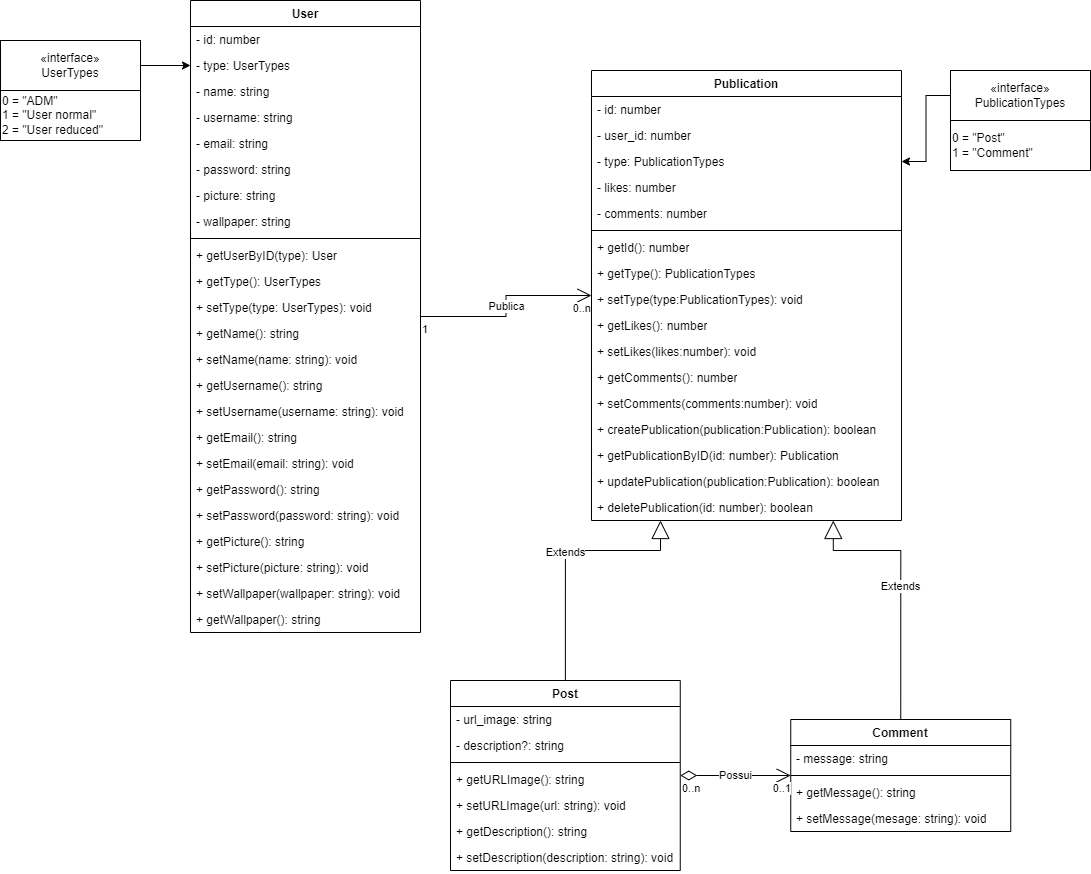
Before: docs/Diagrama de classes/Stimulus.png, a diagram exported from draw.io (CleitonJB/PW-Stimulus). Source tidied: cells renumbered, new cells last; positions are measured from the earlier drawing's top-left corner, leaving out a move shared by most shapes. Its diagram source:
```xml
<mxGraphModel>
  <root>
    <mxCell id="0" />
    <mxCell id="1" parent="0" />
    <mxCell id="2" value="User" style="swimlane;fontStyle=1;align=center;verticalAlign=top;horizontal=1;startSize=26;whiteSpace=wrap;html=1;" parent="1" vertex="1">
      <mxGeometry x="190" width="230" height="632" as="geometry" />
    </mxCell>
    <mxCell id="3" value="- id: number" style="text;strokeColor=none;fillColor=none;align=left;verticalAlign=top;spacingLeft=4;spacingRight=4;overflow=hidden;whiteSpace=wrap;html=1;" parent="2" vertex="1">
      <mxGeometry y="26" width="230" height="26" as="geometry" />
    </mxCell>
    <mxCell id="4" value="- type:&amp;nbsp;UserTypes" style="text;strokeColor=none;fillColor=none;align=left;verticalAlign=top;spacingLeft=4;spacingRight=4;overflow=hidden;points=[[0,0.5],[1,0.5]];portConstraint=eastwest;whiteSpace=wrap;html=1;" parent="2" vertex="1">
      <mxGeometry y="52" width="230" height="26" as="geometry" />
    </mxCell>
    <mxCell id="5" value="- name: string" style="text;strokeColor=none;fillColor=none;align=left;verticalAlign=top;spacingLeft=4;spacingRight=4;overflow=hidden;whiteSpace=wrap;html=1;" parent="2" vertex="1">
      <mxGeometry y="78" width="230" height="26" as="geometry" />
    </mxCell>
    <mxCell id="6" value="- username: string" style="text;strokeColor=none;fillColor=none;align=left;verticalAlign=top;spacingLeft=4;spacingRight=4;overflow=hidden;whiteSpace=wrap;html=1;" parent="2" vertex="1">
      <mxGeometry y="104" width="230" height="26" as="geometry" />
    </mxCell>
    <mxCell id="7" value="- email: string" style="text;strokeColor=none;fillColor=none;align=left;verticalAlign=top;spacingLeft=4;spacingRight=4;overflow=hidden;whiteSpace=wrap;html=1;" parent="2" vertex="1">
      <mxGeometry y="130" width="230" height="26" as="geometry" />
    </mxCell>
    <mxCell id="8" value="- password: string" style="text;strokeColor=none;fillColor=none;align=left;verticalAlign=top;spacingLeft=4;spacingRight=4;overflow=hidden;whiteSpace=wrap;html=1;" parent="2" vertex="1">
      <mxGeometry y="156" width="230" height="26" as="geometry" />
    </mxCell>
    <mxCell id="9" value="- picture: string" style="text;strokeColor=none;fillColor=none;align=left;verticalAlign=top;spacingLeft=4;spacingRight=4;overflow=hidden;whiteSpace=wrap;html=1;" parent="2" vertex="1">
      <mxGeometry y="182" width="230" height="26" as="geometry" />
    </mxCell>
    <mxCell id="10" value="- wallpaper: string" style="text;strokeColor=none;fillColor=none;align=left;verticalAlign=top;spacingLeft=4;spacingRight=4;overflow=hidden;whiteSpace=wrap;html=1;" parent="2" vertex="1">
      <mxGeometry y="208" width="230" height="26" as="geometry" />
    </mxCell>
    <mxCell id="11" style="line;strokeWidth=1;fillColor=none;align=left;verticalAlign=middle;spacingTop=-1;spacingLeft=3;spacingRight=3;labelPosition=right;strokeColor=inherit;" parent="2" vertex="1">
      <mxGeometry y="234" width="230" height="8" as="geometry" />
    </mxCell>
    <mxCell id="12" value="+ getUserByID(type): User" style="text;strokeColor=none;fillColor=none;align=left;verticalAlign=top;spacingLeft=4;spacingRight=4;overflow=hidden;whiteSpace=wrap;html=1;" parent="2" vertex="1">
      <mxGeometry y="242" width="230" height="26" as="geometry" />
    </mxCell>
    <mxCell id="13" value="+ getType(): UserTypes" style="text;strokeColor=none;fillColor=none;align=left;verticalAlign=top;spacingLeft=4;spacingRight=4;overflow=hidden;whiteSpace=wrap;html=1;" parent="2" vertex="1">
      <mxGeometry y="268" width="230" height="26" as="geometry" />
    </mxCell>
    <mxCell id="14" value="+ setType(type: UserTypes): void" style="text;strokeColor=none;fillColor=none;align=left;verticalAlign=top;spacingLeft=4;spacingRight=4;overflow=hidden;whiteSpace=wrap;html=1;" parent="2" vertex="1">
      <mxGeometry y="294" width="230" height="26" as="geometry" />
    </mxCell>
    <mxCell id="15" value="+ getName(): string" style="text;strokeColor=none;fillColor=none;align=left;verticalAlign=top;spacingLeft=4;spacingRight=4;overflow=hidden;whiteSpace=wrap;html=1;" parent="2" vertex="1">
      <mxGeometry y="320" width="230" height="26" as="geometry" />
    </mxCell>
    <mxCell id="16" value="+ setName(name: string): void" style="text;strokeColor=none;fillColor=none;align=left;verticalAlign=top;spacingLeft=4;spacingRight=4;overflow=hidden;whiteSpace=wrap;html=1;" parent="2" vertex="1">
      <mxGeometry y="346" width="230" height="26" as="geometry" />
    </mxCell>
    <mxCell id="17" value="+ getUsername(): string" style="text;strokeColor=none;fillColor=none;align=left;verticalAlign=top;spacingLeft=4;spacingRight=4;overflow=hidden;whiteSpace=wrap;html=1;" parent="2" vertex="1">
      <mxGeometry y="372" width="230" height="26" as="geometry" />
    </mxCell>
    <mxCell id="18" value="+ setUsername(username: string): void" style="text;strokeColor=none;fillColor=none;align=left;verticalAlign=top;spacingLeft=4;spacingRight=4;overflow=hidden;whiteSpace=wrap;html=1;" parent="2" vertex="1">
      <mxGeometry y="398" width="230" height="26" as="geometry" />
    </mxCell>
    <mxCell id="19" value="+ getEmail(): string" style="text;strokeColor=none;fillColor=none;align=left;verticalAlign=top;spacingLeft=4;spacingRight=4;overflow=hidden;whiteSpace=wrap;html=1;" parent="2" vertex="1">
      <mxGeometry y="424" width="230" height="26" as="geometry" />
    </mxCell>
    <mxCell id="20" value="+ setEmail(email: string): void" style="text;strokeColor=none;fillColor=none;align=left;verticalAlign=top;spacingLeft=4;spacingRight=4;overflow=hidden;whiteSpace=wrap;html=1;" parent="2" vertex="1">
      <mxGeometry y="450" width="230" height="26" as="geometry" />
    </mxCell>
    <mxCell id="21" value="+ getPassword(): string" style="text;strokeColor=none;fillColor=none;align=left;verticalAlign=top;spacingLeft=4;spacingRight=4;overflow=hidden;whiteSpace=wrap;html=1;" parent="2" vertex="1">
      <mxGeometry y="476" width="230" height="26" as="geometry" />
    </mxCell>
    <mxCell id="22" value="+ setPassword(password: string): void" style="text;strokeColor=none;fillColor=none;align=left;verticalAlign=top;spacingLeft=4;spacingRight=4;overflow=hidden;whiteSpace=wrap;html=1;" parent="2" vertex="1">
      <mxGeometry y="502" width="230" height="26" as="geometry" />
    </mxCell>
    <mxCell id="23" value="+ getPicture(): string" style="text;strokeColor=none;fillColor=none;align=left;verticalAlign=top;spacingLeft=4;spacingRight=4;overflow=hidden;whiteSpace=wrap;html=1;" parent="2" vertex="1">
      <mxGeometry y="528" width="230" height="26" as="geometry" />
    </mxCell>
    <mxCell id="24" value="+ setPicture(picture: string): void" style="text;strokeColor=none;fillColor=none;align=left;verticalAlign=top;spacingLeft=4;spacingRight=4;overflow=hidden;whiteSpace=wrap;html=1;" parent="2" vertex="1">
      <mxGeometry y="554" width="230" height="26" as="geometry" />
    </mxCell>
    <mxCell id="25" value="+ setWallpaper(wallpaper: string): void" style="text;strokeColor=none;fillColor=none;align=left;verticalAlign=top;spacingLeft=4;spacingRight=4;overflow=hidden;whiteSpace=wrap;html=1;" parent="2" vertex="1">
      <mxGeometry y="580" width="230" height="26" as="geometry" />
    </mxCell>
    <mxCell id="26" value="+ getWallpaper(): string" style="text;strokeColor=none;fillColor=none;align=left;verticalAlign=top;spacingLeft=4;spacingRight=4;overflow=hidden;whiteSpace=wrap;html=1;" parent="2" vertex="1">
      <mxGeometry y="606" width="230" height="26" as="geometry" />
    </mxCell>
    <mxCell id="27" value="Post" style="swimlane;fontStyle=1;align=center;verticalAlign=top;horizontal=1;startSize=26;whiteSpace=wrap;html=1;" parent="1" vertex="1">
      <mxGeometry x="450" y="680" width="229.8" height="190" as="geometry" />
    </mxCell>
    <mxCell id="28" value="- url_image: string" style="text;strokeColor=none;fillColor=none;align=left;verticalAlign=top;spacingLeft=4;spacingRight=4;overflow=hidden;whiteSpace=wrap;html=1;" parent="27" vertex="1">
      <mxGeometry y="26" width="229.8" height="26" as="geometry" />
    </mxCell>
    <mxCell id="29" value="- description?: string" style="text;strokeColor=none;fillColor=none;align=left;verticalAlign=top;spacingLeft=4;spacingRight=4;overflow=hidden;whiteSpace=wrap;html=1;" parent="27" vertex="1">
      <mxGeometry y="52" width="229.8" height="26" as="geometry" />
    </mxCell>
    <mxCell id="30" style="line;strokeWidth=1;fillColor=none;align=left;verticalAlign=middle;spacingTop=-1;spacingLeft=3;spacingRight=3;labelPosition=right;strokeColor=inherit;" parent="27" vertex="1">
      <mxGeometry y="78" width="229.8" height="8" as="geometry" />
    </mxCell>
    <mxCell id="31" value="+ getURLImage(): string" style="text;strokeColor=none;fillColor=none;align=left;verticalAlign=top;spacingLeft=4;spacingRight=4;overflow=hidden;whiteSpace=wrap;html=1;" parent="27" vertex="1">
      <mxGeometry y="86" width="229.8" height="26" as="geometry" />
    </mxCell>
    <mxCell id="32" value="+ setURLImage(url: string): void" style="text;strokeColor=none;fillColor=none;align=left;verticalAlign=top;spacingLeft=4;spacingRight=4;overflow=hidden;whiteSpace=wrap;html=1;" parent="27" vertex="1">
      <mxGeometry y="112" width="229.8" height="26" as="geometry" />
    </mxCell>
    <mxCell id="33" value="+ getDescription(): string" style="text;strokeColor=none;fillColor=none;align=left;verticalAlign=top;spacingLeft=4;spacingRight=4;overflow=hidden;whiteSpace=wrap;html=1;" parent="27" vertex="1">
      <mxGeometry y="138" width="229.8" height="26" as="geometry" />
    </mxCell>
    <mxCell id="34" value="+ setDescription(description: string): void" style="text;strokeColor=none;fillColor=none;align=left;verticalAlign=top;spacingLeft=4;spacingRight=4;overflow=hidden;whiteSpace=wrap;html=1;" parent="27" vertex="1">
      <mxGeometry y="164" width="229.8" height="26" as="geometry" />
    </mxCell>
    <mxCell id="35" value="Comment" style="swimlane;fontStyle=1;align=center;verticalAlign=top;horizontal=1;startSize=26;whiteSpace=wrap;html=1;" parent="1" vertex="1">
      <mxGeometry x="790.2" y="719" width="220" height="112" as="geometry" />
    </mxCell>
    <mxCell id="36" value="- message: string" style="text;strokeColor=none;fillColor=none;align=left;verticalAlign=top;spacingLeft=4;spacingRight=4;overflow=hidden;whiteSpace=wrap;html=1;" parent="35" vertex="1">
      <mxGeometry y="26" width="220" height="26" as="geometry" />
    </mxCell>
    <mxCell id="37" style="line;strokeWidth=1;fillColor=none;align=left;verticalAlign=middle;spacingTop=-1;spacingLeft=3;spacingRight=3;labelPosition=right;strokeColor=inherit;" parent="35" vertex="1">
      <mxGeometry y="52" width="220" height="8" as="geometry" />
    </mxCell>
    <mxCell id="38" value="+ getMessage(): string" style="text;strokeColor=none;fillColor=none;align=left;verticalAlign=top;spacingLeft=4;spacingRight=4;overflow=hidden;whiteSpace=wrap;html=1;" parent="35" vertex="1">
      <mxGeometry y="60" width="220" height="26" as="geometry" />
    </mxCell>
    <mxCell id="39" value="+ setMessage(mesage: string): void" style="text;strokeColor=none;fillColor=none;align=left;verticalAlign=top;spacingLeft=4;spacingRight=4;overflow=hidden;whiteSpace=wrap;html=1;" parent="35" vertex="1">
      <mxGeometry y="86" width="220" height="26" as="geometry" />
    </mxCell>
    <mxCell id="40" value="&lt;div&gt;&lt;span style=&quot;background-color: initial;&quot;&gt;Publication&lt;/span&gt;&lt;br&gt;&lt;/div&gt;" style="swimlane;fontStyle=1;align=center;verticalAlign=top;horizontal=1;startSize=26;whiteSpace=wrap;html=1;" parent="1" vertex="1">
      <mxGeometry x="591" y="70" width="310" height="450" as="geometry" />
    </mxCell>
    <mxCell id="41" value="- id: number" style="text;strokeColor=none;fillColor=none;align=left;verticalAlign=top;spacingLeft=4;spacingRight=4;overflow=hidden;whiteSpace=wrap;html=1;" parent="40" vertex="1">
      <mxGeometry y="26" width="310" height="26" as="geometry" />
    </mxCell>
    <mxCell id="42" value="- user_id: number" style="text;strokeColor=none;fillColor=none;align=left;verticalAlign=top;spacingLeft=4;spacingRight=4;overflow=hidden;whiteSpace=wrap;html=1;" parent="40" vertex="1">
      <mxGeometry y="52" width="310" height="26" as="geometry" />
    </mxCell>
    <mxCell id="43" value="- type: PublicationTypes" style="text;strokeColor=none;fillColor=none;align=left;verticalAlign=top;spacingLeft=4;spacingRight=4;overflow=hidden;points=[[0,0.5],[1,0.5]];portConstraint=eastwest;whiteSpace=wrap;html=1;" parent="40" vertex="1">
      <mxGeometry y="78" width="310" height="26" as="geometry" />
    </mxCell>
    <mxCell id="44" value="- likes: number" style="text;strokeColor=none;fillColor=none;align=left;verticalAlign=top;spacingLeft=4;spacingRight=4;overflow=hidden;whiteSpace=wrap;html=1;" parent="40" vertex="1">
      <mxGeometry y="104" width="310" height="26" as="geometry" />
    </mxCell>
    <mxCell id="45" value="- comments: number" style="text;strokeColor=none;fillColor=none;align=left;verticalAlign=top;spacingLeft=4;spacingRight=4;overflow=hidden;whiteSpace=wrap;html=1;" parent="40" vertex="1">
      <mxGeometry y="130" width="310" height="26" as="geometry" />
    </mxCell>
    <mxCell id="46" style="line;strokeWidth=1;fillColor=none;align=left;verticalAlign=middle;spacingTop=-1;spacingLeft=3;spacingRight=3;labelPosition=right;strokeColor=inherit;" parent="40" vertex="1">
      <mxGeometry y="156" width="310" height="8" as="geometry" />
    </mxCell>
    <mxCell id="47" value="+ getId(): number" style="text;strokeColor=none;fillColor=none;align=left;verticalAlign=top;spacingLeft=4;spacingRight=4;overflow=hidden;whiteSpace=wrap;html=1;" parent="40" vertex="1">
      <mxGeometry y="164" width="310" height="26" as="geometry" />
    </mxCell>
    <mxCell id="48" value="+ getType(): PublicationTypes" style="text;strokeColor=none;fillColor=none;align=left;verticalAlign=top;spacingLeft=4;spacingRight=4;overflow=hidden;whiteSpace=wrap;html=1;" parent="40" vertex="1">
      <mxGeometry y="190" width="310" height="26" as="geometry" />
    </mxCell>
    <mxCell id="49" value="+ setType(type:PublicationTypes): void" style="text;strokeColor=none;fillColor=none;align=left;verticalAlign=top;spacingLeft=4;spacingRight=4;overflow=hidden;whiteSpace=wrap;html=1;" parent="40" vertex="1">
      <mxGeometry y="216" width="310" height="26" as="geometry" />
    </mxCell>
    <mxCell id="50" value="+ getLikes(): number" style="text;strokeColor=none;fillColor=none;align=left;verticalAlign=top;spacingLeft=4;spacingRight=4;overflow=hidden;whiteSpace=wrap;html=1;" parent="40" vertex="1">
      <mxGeometry y="242" width="310" height="26" as="geometry" />
    </mxCell>
    <mxCell id="51" value="+ setLikes(likes:number): void" style="text;strokeColor=none;fillColor=none;align=left;verticalAlign=top;spacingLeft=4;spacingRight=4;overflow=hidden;whiteSpace=wrap;html=1;" parent="40" vertex="1">
      <mxGeometry y="268" width="310" height="26" as="geometry" />
    </mxCell>
    <mxCell id="52" value="+ getComments(): number" style="text;strokeColor=none;fillColor=none;align=left;verticalAlign=top;spacingLeft=4;spacingRight=4;overflow=hidden;whiteSpace=wrap;html=1;" parent="40" vertex="1">
      <mxGeometry y="294" width="310" height="26" as="geometry" />
    </mxCell>
    <mxCell id="53" value="+ setComments(comments:number): void" style="text;strokeColor=none;fillColor=none;align=left;verticalAlign=top;spacingLeft=4;spacingRight=4;overflow=hidden;whiteSpace=wrap;html=1;" parent="40" vertex="1">
      <mxGeometry y="320" width="310" height="26" as="geometry" />
    </mxCell>
    <mxCell id="54" value="+ createPublication(publication:Publication): boolean" style="text;strokeColor=none;fillColor=none;align=left;verticalAlign=top;spacingLeft=4;spacingRight=4;overflow=hidden;whiteSpace=wrap;html=1;" parent="40" vertex="1">
      <mxGeometry y="346" width="310" height="26" as="geometry" />
    </mxCell>
    <mxCell id="55" value="+ getPublicationByID(id: number): Publication" style="text;strokeColor=none;fillColor=none;align=left;verticalAlign=top;spacingLeft=4;spacingRight=4;overflow=hidden;whiteSpace=wrap;html=1;" parent="40" vertex="1">
      <mxGeometry y="372" width="310" height="26" as="geometry" />
    </mxCell>
    <mxCell id="56" value="+ updatePublication(publication:Publication): boolean" style="text;strokeColor=none;fillColor=none;align=left;verticalAlign=top;spacingLeft=4;spacingRight=4;overflow=hidden;whiteSpace=wrap;html=1;" parent="40" vertex="1">
      <mxGeometry y="398" width="310" height="26" as="geometry" />
    </mxCell>
    <mxCell id="57" value="+ deletePublication(id: number): boolean" style="text;strokeColor=none;fillColor=none;align=left;verticalAlign=top;spacingLeft=4;spacingRight=4;overflow=hidden;points=[[0,0.5],[1,0.5]];portConstraint=eastwest;whiteSpace=wrap;html=1;" parent="40" vertex="1">
      <mxGeometry y="424" width="310" height="26" as="geometry" />
    </mxCell>
    <mxCell id="58" value="Publica" style="endArrow=open;html=1;endSize=12;startArrow=none;startSize=14;startFill=0;edgeStyle=orthogonalEdgeStyle;rounded=0;endFill=0;" parent="1" edge="1" source="2" target="40">
      <mxGeometry relative="1" as="geometry" />
    </mxCell>
    <mxCell id="59" value="1" style="edgeLabel;html=1;align=left;verticalAlign=top;" parent="58" vertex="1">
      <mxGeometry x="-1" relative="1" as="geometry" />
    </mxCell>
    <mxCell id="60" value="0..n" style="edgeLabel;html=1;align=right;verticalAlign=top;" parent="58" vertex="1">
      <mxGeometry x="1" relative="1" as="geometry" />
    </mxCell>
    <mxCell id="61" value="Possui" style="endArrow=open;html=1;endSize=12;startArrow=diamondThin;startSize=14;startFill=0;edgeStyle=orthogonalEdgeStyle;rounded=0;" parent="1" edge="1" source="27" target="35">
      <mxGeometry relative="1" as="geometry" />
    </mxCell>
    <mxCell id="62" value="0..n" style="edgeLabel;html=1;align=left;verticalAlign=top;" parent="61" vertex="1">
      <mxGeometry x="-1" relative="1" as="geometry" />
    </mxCell>
    <mxCell id="63" value="0..1" style="edgeLabel;html=1;align=right;verticalAlign=top;" parent="61" vertex="1">
      <mxGeometry x="1" relative="1" as="geometry" />
    </mxCell>
    <mxCell id="64" style="edgeStyle=orthogonalEdgeStyle;rounded=0;jettySize=auto;html=1;" parent="1" edge="1" source="66" target="4">
      <mxGeometry relative="1" as="geometry" />
    </mxCell>
    <mxCell id="65" style="group;" parent="1" vertex="1">
      <mxGeometry y="40" width="140" height="100" as="geometry" />
    </mxCell>
    <mxCell id="66" value="«interface»&lt;br&gt;UserTypes" style="html=1;whiteSpace=wrap;" parent="65" vertex="1">
      <mxGeometry width="140" height="50" as="geometry" />
    </mxCell>
    <mxCell id="67" value="0 = &quot;ADM&quot;&lt;br&gt;1 = &quot;User normal&quot;&lt;br&gt;2 = &quot;User reduced&quot;" style="html=1;whiteSpace=wrap;align=left;" parent="65" vertex="1">
      <mxGeometry y="50" width="140" height="50" as="geometry" />
    </mxCell>
    <mxCell id="68" value="Extends" style="endArrow=block;endSize=16;endFill=0;html=1;rounded=0;exitX=0.5;exitY=0;exitDx=0;exitDy=0;edgeStyle=orthogonalEdgeStyle;" parent="1" edge="1" source="27" target="57">
      <mxGeometry relative="1" as="geometry">
        <Array as="points">
          <mxPoint x="565" y="550" />
          <mxPoint x="660" y="550" />
        </Array>
      </mxGeometry>
    </mxCell>
    <mxCell id="69" value="Extends" style="endArrow=block;endSize=16;endFill=0;html=1;rounded=0;exitX=0.5;exitY=0;exitDx=0;exitDy=0;edgeStyle=orthogonalEdgeStyle;entryX=0.78;entryY=1;entryDx=0;entryDy=0;entryPerimeter=0;" parent="1" edge="1" source="35" target="57">
      <mxGeometry relative="1" as="geometry">
        <Array as="points">
          <mxPoint x="900" y="550" />
          <mxPoint x="832" y="550" />
        </Array>
      </mxGeometry>
    </mxCell>
    <mxCell id="70" style="group;" parent="1" vertex="1">
      <mxGeometry x="950" y="70" width="140" height="100" as="geometry" />
    </mxCell>
    <mxCell id="71" value="«interface»&lt;br&gt;PublicationTypes" style="html=1;whiteSpace=wrap;" parent="70" vertex="1">
      <mxGeometry width="140" height="50" as="geometry" />
    </mxCell>
    <mxCell id="72" value="0 = &quot;Post&quot;&lt;br&gt;1 = &quot;Comment&quot;" style="html=1;whiteSpace=wrap;align=left;" parent="70" vertex="1">
      <mxGeometry y="50" width="140" height="50" as="geometry" />
    </mxCell>
    <mxCell id="73" style="edgeStyle=orthogonalEdgeStyle;rounded=0;jettySize=auto;html=1;exitX=0;exitY=0.5;exitDx=0;exitDy=0;" parent="1" edge="1" source="71" target="43">
      <mxGeometry relative="1" as="geometry" />
    </mxCell>
  </root>
</mxGraphModel>
```
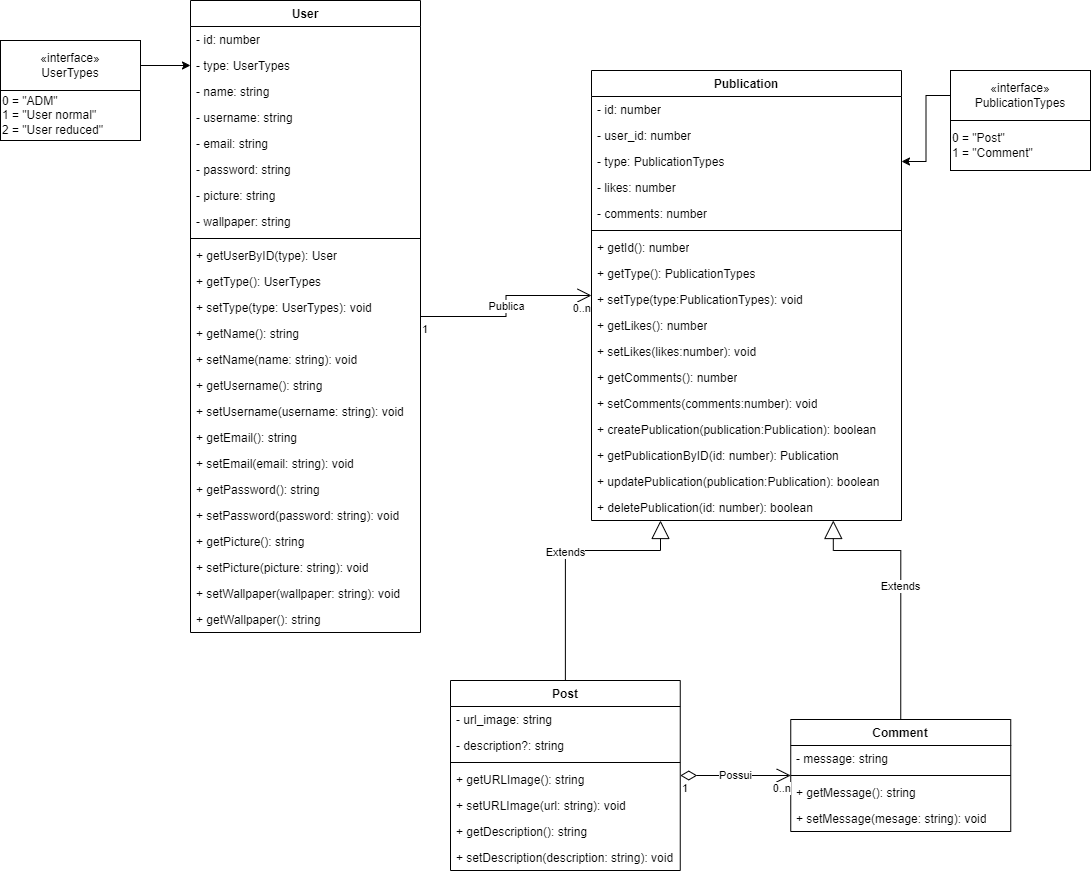
The same diagram one commit later.

Commit message:
Update 'Diagrama de classes'

The edit, as a diff of the source:
```diff
@@ -182,10 +182,10 @@
     <mxCell id="61" value="Possui" style="endArrow=open;html=1;endSize=12;startArrow=diamondThin;startSize=14;startFill=0;edgeStyle=orthogonalEdgeStyle;rounded=0;" parent="1" edge="1" source="27" target="35">
       <mxGeometry relative="1" as="geometry" />
     </mxCell>
-    <mxCell id="62" value="0..n" style="edgeLabel;html=1;align=left;verticalAlign=top;" parent="61" vertex="1">
+    <mxCell id="62" value="1" style="edgeLabel;html=1;align=left;verticalAlign=top;" parent="61" vertex="1">
       <mxGeometry x="-1" relative="1" as="geometry" />
     </mxCell>
-    <mxCell id="63" value="0..1" style="edgeLabel;html=1;align=right;verticalAlign=top;" parent="61" vertex="1">
+    <mxCell id="63" value="0..n" style="edgeLabel;html=1;align=right;verticalAlign=top;" parent="61" vertex="1">
       <mxGeometry x="1" relative="1" as="geometry" />
     </mxCell>
     <mxCell id="64" style="edgeStyle=orthogonalEdgeStyle;rounded=0;jettySize=auto;html=1;" parent="1" edge="1" source="66" target="4">
```
